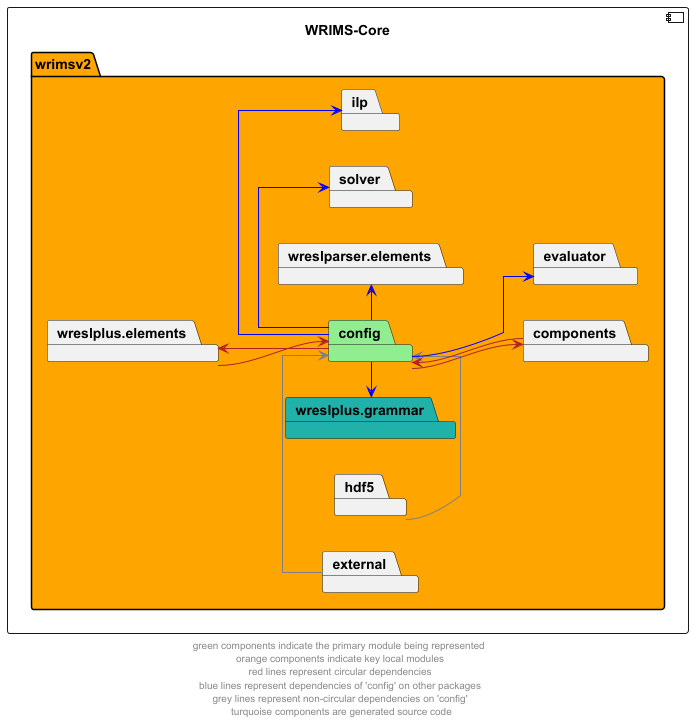
Before: docs/diagrams/wrims-core/wrims-core_config.png, a diagram exported from PlantUML (CentralValleyModeling/wrims).
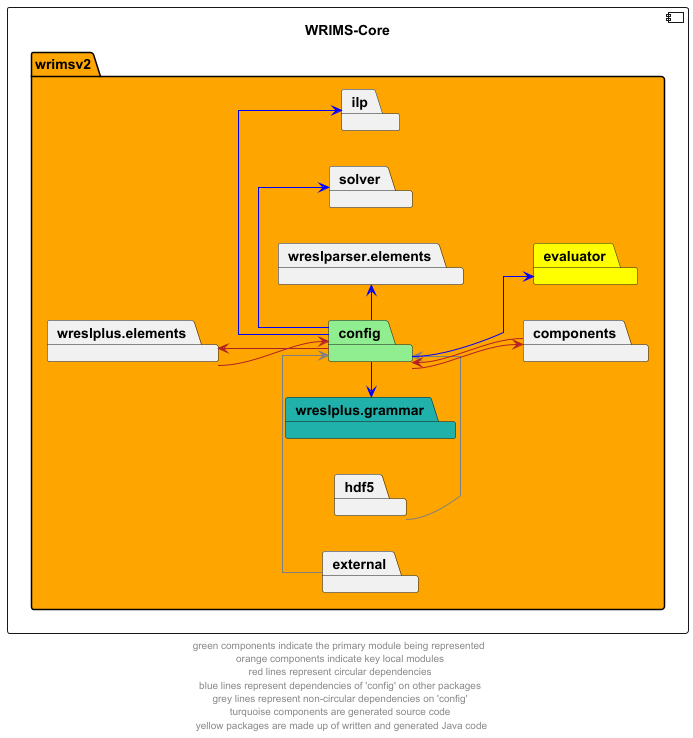
Later version of the same file.

Diff of the diagram source:
```diff
@@ -6,7 +6,7 @@
     package wrimsv2 #orange {
         package config #lightgreen
         package components
-        package evaluator
+        package evaluator #yellow
         package external
         package hdf5
         package ilp
@@ -36,5 +36,5 @@
 wreslparser.elements -d[hidden]-> components
 wreslparser.elements -r[hidden]-> evaluator
 
-footer "green components indicate the primary module being represented \n orange components indicate key local modules \n red lines represent circular dependencies \n blue lines represent dependencies of 'config' on other packages \n grey lines represent non-circular dependencies on 'config' \n turquoise components are generated source code"
+footer "green components indicate the primary module being represented \n orange components indicate key local modules \n red lines represent circular dependencies \n blue lines represent dependencies of 'config' on other packages \n grey lines represent non-circular dependencies on 'config' \n turquoise components are generated source code \n yellow packages are made up of written and generated Java code"
 @enduml
```
